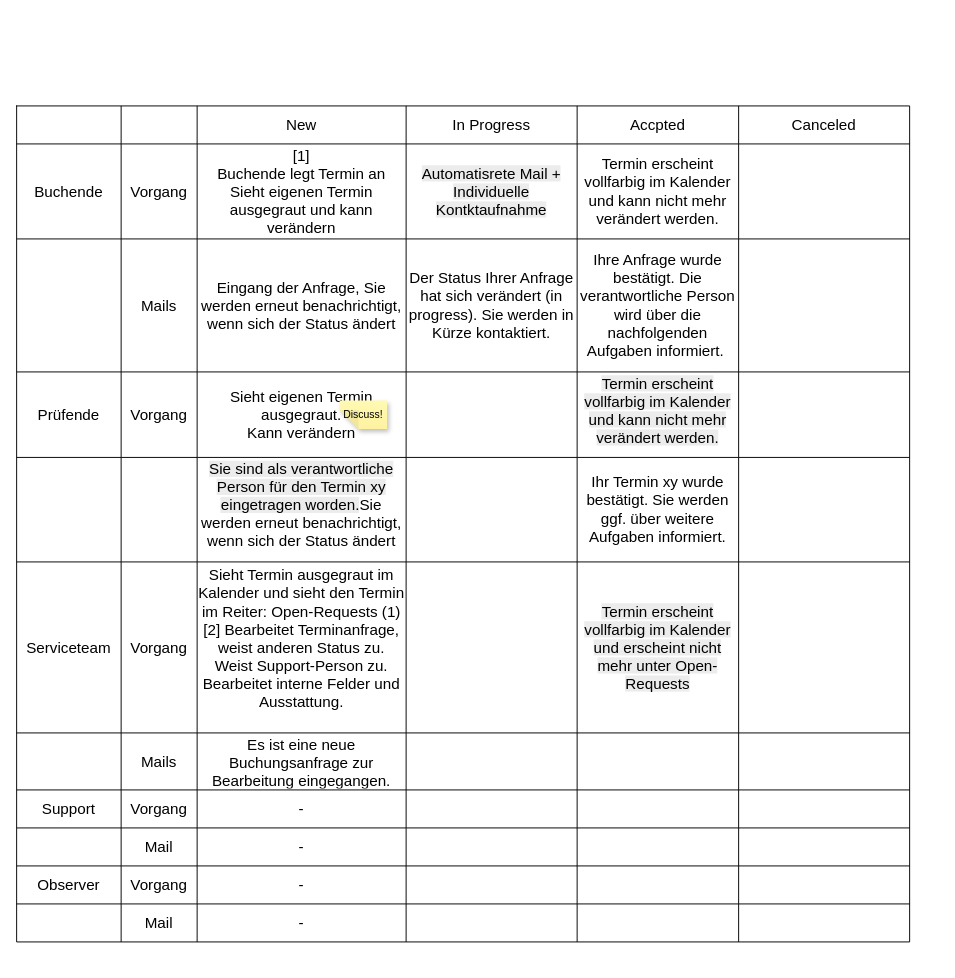
melanietreitinger/buchungstool keeps this draw.io diagram as Workflow_Prüfungsbuchung.drawio. Above is the earlier version. Source tidied: cells renumbered, new cells numbered last; positions are measured from the earlier drawing's top-left corner, leaving out a move shared by most shapes. Both pictures are drawn from the tidied source at 95%, with x=0, y=0 at pixel (16, 105).
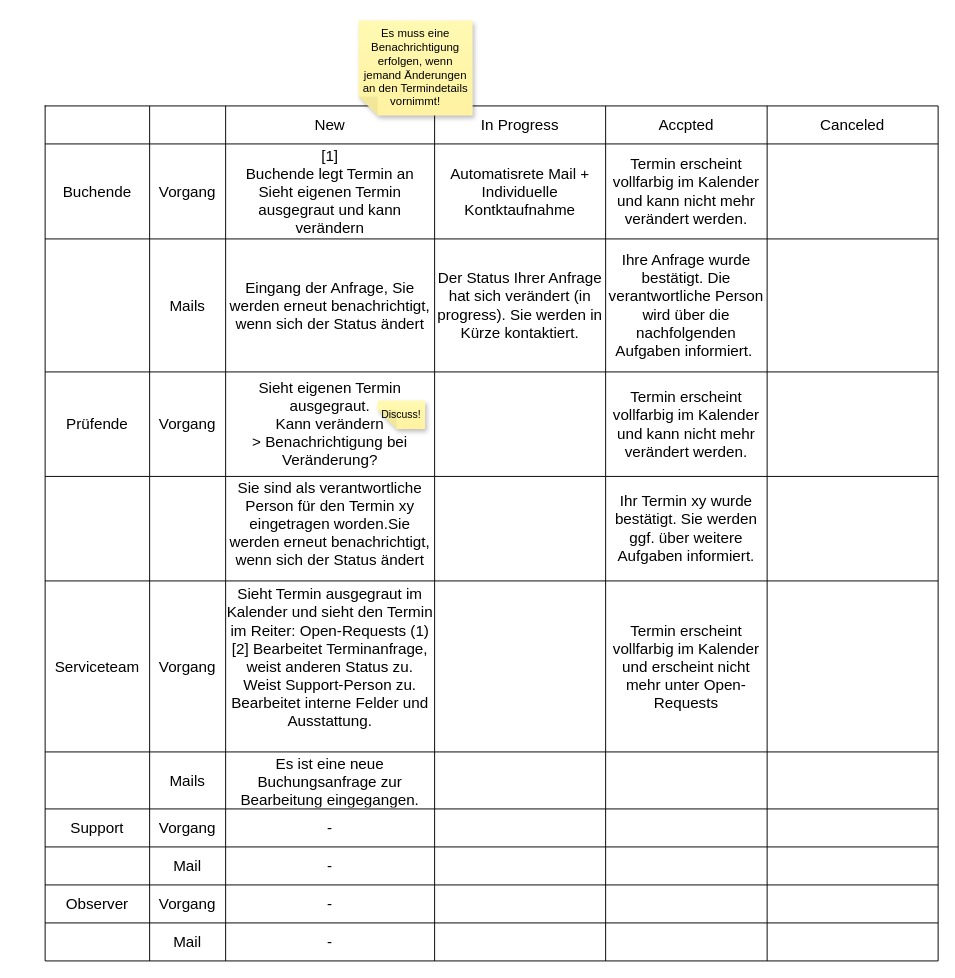
After the change.

Unchanged cells that the change refers to:
```xml
<mxCell id="10" style="shape=tableRow;horizontal=0;startSize=0;swimlaneHead=0;swimlaneBody=0;strokeColor=inherit;top=0;left=0;bottom=0;right=0;fillColor=none;fontSize=16;" parent="2" vertex="1">
  <mxGeometry y="40" width="940" height="100" as="geometry" />
</mxCell>
```

Diff of the diagram source:
```diff
@@
     <mxCell id="2" style="shape=table;startSize=0;childLayout=tableLayout;fontSize=16;" parent="1" vertex="1">
-      <mxGeometry width="940" height="880" as="geometry" />
+      <mxGeometry x="30" width="940" height="900" as="geometry" />
     </mxCell>
@@
-    <mxCell id="14" value="&#10;&lt;span style=&quot;color: rgb(0, 0, 0); font-family: Helvetica; font-size: 16px; font-style: normal; font-variant-ligatures: normal; font-variant-caps: normal; font-weight: 400; letter-spacing: normal; orphans: 2; text-align: center; text-indent: 0px; text-transform: none; widows: 2; word-spacing: 0px; -webkit-text-stroke-width: 0px; white-space: normal; background-color: rgb(236, 236, 236); text-decoration-thickness: initial; text-decoration-style: initial; text-decoration-color: initial; display: inline !important; float: none;&quot;&gt;Automatisrete Mail + Individuelle Kontktaufnahme&lt;/span&gt;&#10;&#10;" style="shape=partialRectangle;html=1;whiteSpace=wrap;strokeColor=inherit;overflow=hidden;fillColor=none;top=0;left=0;bottom=0;right=0;fontSize=16;" parent="10" vertex="1">
+    <mxCell id="14" value="&lt;span style=&quot;color: rgb(0, 0, 0); font-family: Helvetica; font-size: 16px; font-style: normal; font-variant-ligatures: normal; font-variant-caps: normal; font-weight: 400; letter-spacing: normal; text-align: center; text-indent: 0px; text-transform: none; word-spacing: 0px; -webkit-text-stroke-width: 0px; white-space: normal; text-decoration-thickness: initial; text-decoration-style: initial; text-decoration-color: initial; display: inline !important; float: none;&quot;&gt;Automatisrete Mail + Individuelle Kontktaufnahme&lt;/span&gt;" style="shape=partialRectangle;html=1;whiteSpace=wrap;strokeColor=inherit;overflow=hidden;fillColor=none;top=0;left=0;bottom=0;right=0;fontSize=16;" parent="10" vertex="1">
       <mxGeometry x="410" width="180" height="100" as="geometry" />
     </mxCell>
@@
     <mxCell id="24" style="shape=tableRow;horizontal=0;startSize=0;swimlaneHead=0;swimlaneBody=0;strokeColor=inherit;top=0;left=0;bottom=0;right=0;fillColor=none;fontSize=16;" parent="2" vertex="1">
-      <mxGeometry y="280" width="940" height="90" as="geometry" />
+      <mxGeometry y="280" width="940" height="110" as="geometry" />
     </mxCell>
     <mxCell id="25" value="Prüfende" style="shape=partialRectangle;html=1;whiteSpace=wrap;strokeColor=inherit;overflow=hidden;fillColor=none;top=0;left=0;bottom=0;right=0;fontSize=16;" parent="24" vertex="1">
-      <mxGeometry width="110" height="90" as="geometry" />
+      <mxGeometry width="110" height="110" as="geometry" />
     </mxCell>
     <mxCell id="26" value="Vorgang" style="shape=partialRectangle;html=1;whiteSpace=wrap;strokeColor=inherit;overflow=hidden;fillColor=none;top=0;left=0;bottom=0;right=0;fontSize=16;" parent="24" vertex="1">
-      <mxGeometry x="110" width="80" height="90" as="geometry" />
+      <mxGeometry x="110" width="80" height="110" as="geometry" />
     </mxCell>
-    <mxCell id="27" value="Sieht eigenen Termin ausgegraut.&lt;div&gt;Kann verändern&lt;/div&gt;" style="shape=partialRectangle;html=1;whiteSpace=wrap;strokeColor=inherit;overflow=hidden;fillColor=none;top=0;left=0;bottom=0;right=0;fontSize=16;" parent="24" vertex="1">
-      <mxGeometry x="190" width="220" height="90" as="geometry" />
+    <mxCell id="27" value="Sieht eigenen Termin ausgegraut.&lt;div&gt;Kann verändern&lt;br&gt;&amp;gt; Benachrichtigung bei Veränderung?&lt;/div&gt;" style="shape=partialRectangle;html=1;whiteSpace=wrap;strokeColor=inherit;overflow=hidden;fillColor=none;top=0;left=0;bottom=0;right=0;fontSize=16;" parent="24" vertex="1">
+      <mxGeometry x="190" width="220" height="110" as="geometry" />
     </mxCell>
     <mxCell id="28" style="shape=partialRectangle;html=1;whiteSpace=wrap;strokeColor=inherit;overflow=hidden;fillColor=none;top=0;left=0;bottom=0;right=0;fontSize=16;" parent="24" vertex="1">
-      <mxGeometry x="410" width="180" height="90" as="geometry" />
+      <mxGeometry x="410" width="180" height="110" as="geometry" />
     </mxCell>
-    <mxCell id="29" value="&lt;span style=&quot;color: rgb(0, 0, 0); font-family: Helvetica; font-size: 16px; font-style: normal; font-variant-ligatures: normal; font-variant-caps: normal; font-weight: 400; letter-spacing: normal; orphans: 2; text-align: center; text-indent: 0px; text-transform: none; widows: 2; word-spacing: 0px; -webkit-text-stroke-width: 0px; white-space: normal; background-color: rgb(236, 236, 236); text-decoration-thickness: initial; text-decoration-style: initial; text-decoration-color: initial; float: none; display: inline !important;&quot;&gt;Termin erscheint vollfarbig im Kalender und kann nicht mehr verändert werden.&lt;/span&gt;&lt;div&gt;&lt;br/&gt;&lt;/div&gt;" style="shape=partialRectangle;html=1;whiteSpace=wrap;strokeColor=inherit;overflow=hidden;fillColor=none;top=0;left=0;bottom=0;right=0;fontSize=16;" parent="24" vertex="1">
-      <mxGeometry x="590" width="170" height="90" as="geometry" />
+    <mxCell id="29" value="&lt;span style=&quot;color: rgb(0, 0, 0); font-family: Helvetica; font-size: 16px; font-style: normal; font-variant-ligatures: normal; font-variant-caps: normal; font-weight: 400; letter-spacing: normal; text-align: center; text-indent: 0px; text-transform: none; word-spacing: 0px; -webkit-text-stroke-width: 0px; white-space: normal; text-decoration-thickness: initial; text-decoration-style: initial; text-decoration-color: initial; float: none; display: inline !important;&quot;&gt;Termin erscheint vollfarbig im Kalender und kann nicht mehr verändert werden.&lt;/span&gt;" style="shape=partialRectangle;html=1;whiteSpace=wrap;strokeColor=inherit;overflow=hidden;fillColor=none;top=0;left=0;bottom=0;right=0;fontSize=16;" parent="24" vertex="1">
+      <mxGeometry x="590" width="170" height="110" as="geometry" />
     </mxCell>
     <mxCell id="30" style="shape=partialRectangle;html=1;whiteSpace=wrap;strokeColor=inherit;overflow=hidden;fillColor=none;top=0;left=0;bottom=0;right=0;fontSize=16;" parent="24" vertex="1">
-      <mxGeometry x="760" width="180" height="90" as="geometry" />
+      <mxGeometry x="760" width="180" height="110" as="geometry" />
     </mxCell>
     <mxCell id="31" style="shape=tableRow;horizontal=0;startSize=0;swimlaneHead=0;swimlaneBody=0;strokeColor=inherit;top=0;left=0;bottom=0;right=0;fillColor=none;fontSize=16;" parent="2" vertex="1">
-      <mxGeometry y="370" width="940" height="110" as="geometry" />
+      <mxGeometry y="390" width="940" height="110" as="geometry" />
     </mxCell>
@@
-    <mxCell id="34" value="&lt;span style=&quot;color: rgb(0, 0, 0); font-family: Helvetica; font-size: 16px; font-style: normal; font-variant-ligatures: normal; font-variant-caps: normal; font-weight: 400; letter-spacing: normal; orphans: 2; text-align: center; text-indent: 0px; text-transform: none; widows: 2; word-spacing: 0px; -webkit-text-stroke-width: 0px; white-space: normal; background-color: rgb(236, 236, 236); text-decoration-thickness: initial; text-decoration-style: initial; text-decoration-color: initial; float: none; display: inline !important;&quot;&gt;Sie sind als verantwortliche Person für den Termin xy eingetragen worden.&lt;/span&gt;Sie werden erneut benachrichtigt, wenn sich der Status ändert&lt;div&gt;&lt;br&gt;&lt;/div&gt;" style="shape=partialRectangle;html=1;whiteSpace=wrap;strokeColor=inherit;overflow=hidden;fillColor=none;top=0;left=0;bottom=0;right=0;fontSize=16;" parent="31" vertex="1">
+    <mxCell id="34" value="&lt;span style=&quot;color: rgb(0, 0, 0); font-family: Helvetica; font-size: 16px; font-style: normal; font-variant-ligatures: normal; font-variant-caps: normal; font-weight: 400; letter-spacing: normal; text-align: center; text-indent: 0px; text-transform: none; word-spacing: 0px; -webkit-text-stroke-width: 0px; white-space: normal; text-decoration-thickness: initial; text-decoration-style: initial; text-decoration-color: initial; float: none; display: inline !important;&quot;&gt;Sie sind als verantwortliche Person für den Termin xy eingetragen worden.&lt;/span&gt;Sie werden erneut benachrichtigt, wenn sich der Status ändert&lt;div&gt;&lt;br&gt;&lt;/div&gt;" style="shape=partialRectangle;html=1;whiteSpace=wrap;strokeColor=inherit;overflow=hidden;fillColor=none;top=0;left=0;bottom=0;right=0;fontSize=16;" parent="31" vertex="1">
       <mxGeometry x="190" width="220" height="110" as="geometry" />
     </mxCell>
@@
     <mxCell id="38" style="shape=tableRow;horizontal=0;startSize=0;swimlaneHead=0;swimlaneBody=0;strokeColor=inherit;top=0;left=0;bottom=0;right=0;fillColor=none;fontSize=16;" parent="2" vertex="1">
-      <mxGeometry y="480" width="940" height="180" as="geometry" />
+      <mxGeometry y="500" width="940" height="180" as="geometry" />
     </mxCell>
@@
-    <mxCell id="43" value="&lt;br&gt;&lt;span style=&quot;color: rgb(0, 0, 0); font-family: Helvetica; font-size: 16px; font-style: normal; font-variant-ligatures: normal; font-variant-caps: normal; font-weight: 400; letter-spacing: normal; orphans: 2; text-align: center; text-indent: 0px; text-transform: none; widows: 2; word-spacing: 0px; -webkit-text-stroke-width: 0px; white-space: normal; background-color: rgb(236, 236, 236); text-decoration-thickness: initial; text-decoration-style: initial; text-decoration-color: initial; float: none; display: inline !important;&quot;&gt;Termin erscheint vollfarbig im Kalender und erscheint nicht mehr unter Open-Requests&lt;/span&gt;&lt;div&gt;&lt;br/&gt;&lt;/div&gt;" style="shape=partialRectangle;html=1;whiteSpace=wrap;strokeColor=inherit;overflow=hidden;fillColor=none;top=0;left=0;bottom=0;right=0;fontSize=16;" parent="38" vertex="1">
+    <mxCell id="43" value="&lt;span style=&quot;color: rgb(0, 0, 0); font-family: Helvetica; font-size: 16px; font-style: normal; font-variant-ligatures: normal; font-variant-caps: normal; font-weight: 400; letter-spacing: normal; text-align: center; text-indent: 0px; text-transform: none; word-spacing: 0px; -webkit-text-stroke-width: 0px; white-space: normal; text-decoration-thickness: initial; text-decoration-style: initial; text-decoration-color: initial; float: none; display: inline !important;&quot;&gt;Termin erscheint vollfarbig im Kalender und erscheint nicht mehr unter Open-Requests&lt;/span&gt;" style="shape=partialRectangle;html=1;whiteSpace=wrap;strokeColor=inherit;overflow=hidden;fillColor=none;top=0;left=0;bottom=0;right=0;fontSize=16;" parent="38" vertex="1">
       <mxGeometry x="590" width="170" height="180" as="geometry" />
     </mxCell>
@@
     <mxCell id="45" style="shape=tableRow;horizontal=0;startSize=0;swimlaneHead=0;swimlaneBody=0;strokeColor=inherit;top=0;left=0;bottom=0;right=0;fillColor=none;fontSize=16;" parent="2" vertex="1">
-      <mxGeometry y="660" width="940" height="60" as="geometry" />
+      <mxGeometry y="680" width="940" height="60" as="geometry" />
     </mxCell>
@@
     <mxCell id="52" style="shape=tableRow;horizontal=0;startSize=0;swimlaneHead=0;swimlaneBody=0;strokeColor=inherit;top=0;left=0;bottom=0;right=0;fillColor=none;fontSize=16;" parent="2" vertex="1">
-      <mxGeometry y="720" width="940" height="40" as="geometry" />
+      <mxGeometry y="740" width="940" height="40" as="geometry" />
     </mxCell>
@@
     <mxCell id="59" style="shape=tableRow;horizontal=0;startSize=0;swimlaneHead=0;swimlaneBody=0;strokeColor=inherit;top=0;left=0;bottom=0;right=0;fillColor=none;fontSize=16;" parent="2" vertex="1">
-      <mxGeometry y="760" width="940" height="40" as="geometry" />
+      <mxGeometry y="780" width="940" height="40" as="geometry" />
     </mxCell>
@@
     <mxCell id="66" style="shape=tableRow;horizontal=0;startSize=0;swimlaneHead=0;swimlaneBody=0;strokeColor=inherit;top=0;left=0;bottom=0;right=0;fillColor=none;fontSize=16;" parent="2" vertex="1">
-      <mxGeometry y="800" width="940" height="40" as="geometry" />
+      <mxGeometry y="820" width="940" height="40" as="geometry" />
     </mxCell>
@@
     <mxCell id="73" style="shape=tableRow;horizontal=0;startSize=0;swimlaneHead=0;swimlaneBody=0;strokeColor=inherit;top=0;left=0;bottom=0;right=0;fillColor=none;fontSize=16;" parent="2" vertex="1">
-      <mxGeometry y="840" width="940" height="40" as="geometry" />
+      <mxGeometry y="860" width="940" height="40" as="geometry" />
     </mxCell>
@@
     <mxCell id="80" value="Discuss!" style="shape=note;whiteSpace=wrap;html=1;backgroundOutline=1;autosizeText=1;fontColor=#000000;darkOpacity=0.05;fillColor=#FFF9B2;strokeColor=none;fillStyle=solid;fontSize=11;direction=west;gradientDirection=north;gradientColor=#FFF2A1;shadow=1;size=20;" parent="1" vertex="1">
-      <mxGeometry x="340" y="310" width="50" height="30" as="geometry" />
+      <mxGeometry x="380" y="310" width="50" height="30" as="geometry" />
     </mxCell>
+    <mxCell id="81" value="Es muss eine Benachrichtigung erfolgen, wenn jemand Änderungen an den Termindetails vornimmt!" style="shape=note;whiteSpace=wrap;html=1;backgroundOutline=1;autosizeText=1;fontColor=#000000;darkOpacity=0.05;fillColor=#FFF9B2;strokeColor=none;fillStyle=solid;fontSize=12;direction=west;gradientDirection=north;gradientColor=#FFF2A1;shadow=1;size=20;" parent="1" vertex="1">
+      <mxGeometry x="360" y="-90" width="120" height="100" as="geometry" />
+    </mxCell>
```
